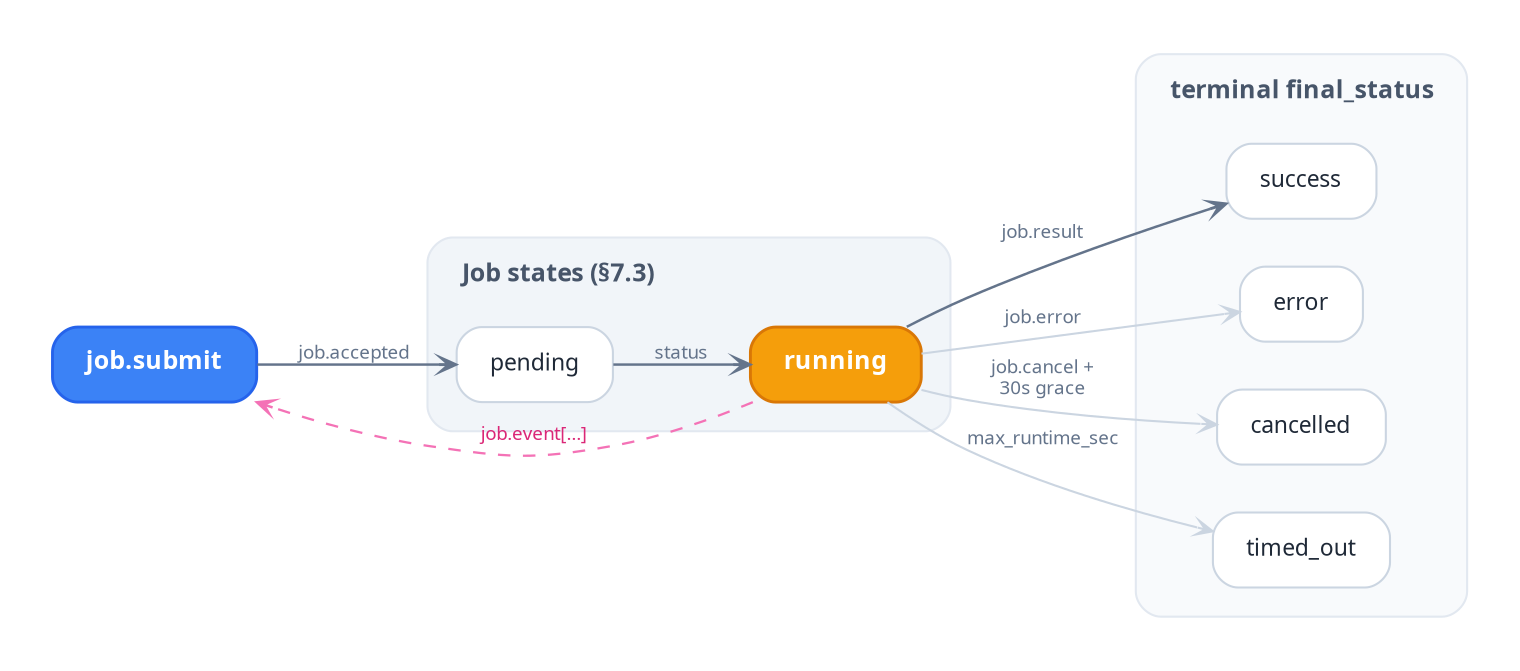
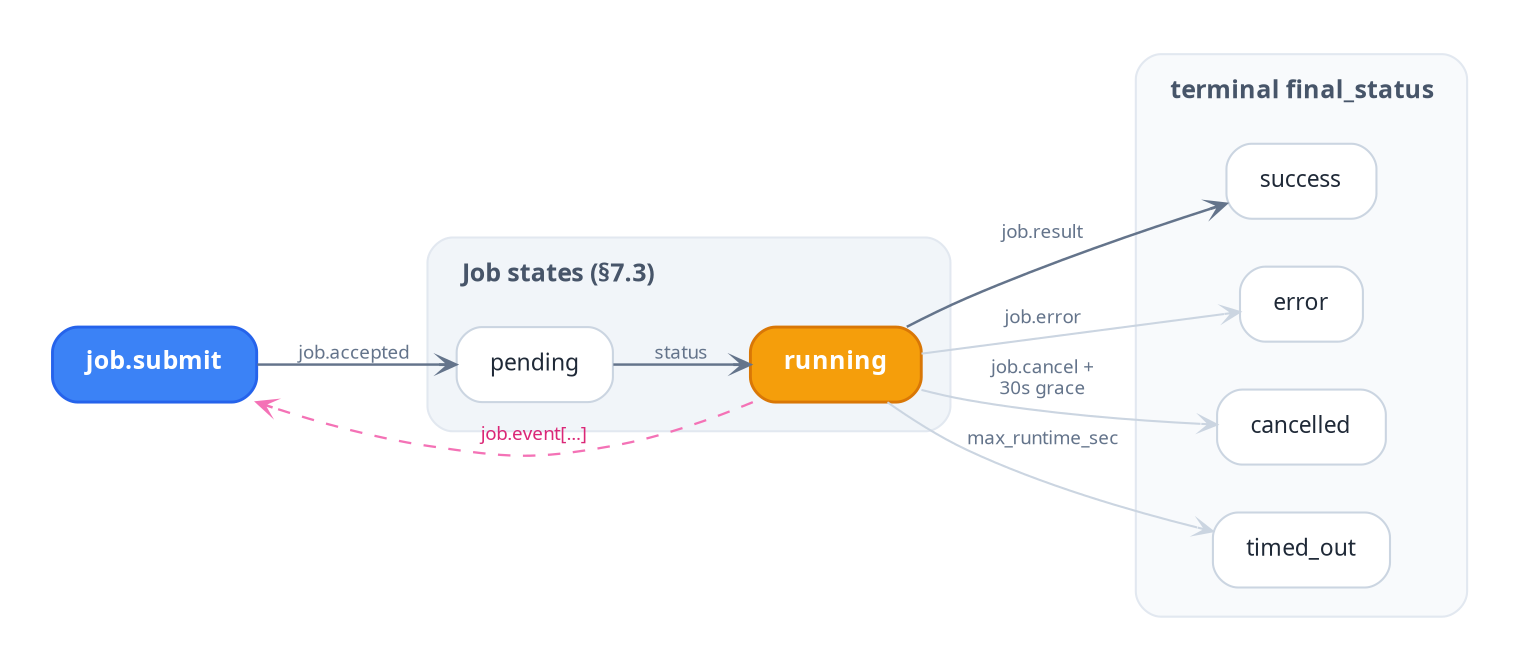
digraph ARCPJobLifecycle {
  rankdir=LR;
  bgcolor="transparent";
  compound=true;
  fontname="TT Commons Pro Trial";
  splines=spline;
  nodesep=0.32;
  ranksep=0.55;
  pad="0.35,0.25";

  node [
    shape=box,
    style="rounded,filled",
    fillcolor="white",
    color="#CBD5E1",
    fontname="TT Commons Pro Trial",
    fontsize=11,
    fontcolor="#1F2937",
    margin="0.22,0.11",
    penwidth=1.0
  ];

  edge [
    fontname="TT Commons Pro Trial",
    fontsize=9,
    fontcolor="#64748B",
    color="#94A3B8",
    penwidth=1.1,
    arrowsize=0.75,
    arrowhead=vee
  ];

  // ENTRY anchor — client kicks off the lifecycle
  Submit [
    label=<<FONT POINT-SIZE="12"><B>job.submit</B></FONT>>,
    fillcolor="#3B82F6", color="#2563EB",
    fontcolor="white", penwidth=1.4
  ];

  // HUB anchor — running is the central state
  subgraph cluster_states {
    label=<<TABLE BORDER="0" CELLBORDER="0" CELLPADDING="0" CELLSPACING="0"><TR><TD COLSPAN="3" HEIGHT="8"></TD></TR><TR><TD WIDTH="8"></TD><TD><FONT POINT-SIZE="12"><B>Job states (§7.3)</B></FONT></TD><TD WIDTH="8"></TD></TR></TABLE>>;
    style="rounded,filled";
    fillcolor="#F1F5F9";
    color="#E2E8F0";
    fontname="TT Commons Pro Trial";
    fontcolor="#475569";
    margin=14;
    labeljust=l;
    penwidth=1.0;

    Pending [label="pending"];

    Running [
      label=<<FONT POINT-SIZE="12"><B>running</B></FONT>>,
      fillcolor="#F59E0B", color="#D97706",
      fontcolor="white", penwidth=1.4
    ];
  }

  // Terminal results
  subgraph cluster_terminal {
    label=<<TABLE BORDER="0" CELLBORDER="0" CELLPADDING="0" CELLSPACING="0"><TR><TD COLSPAN="3" HEIGHT="8"></TD></TR><TR><TD WIDTH="8"></TD><TD><FONT POINT-SIZE="12"><B>terminal final_status</B></FONT></TD><TD WIDTH="8"></TD></TR></TABLE>>;
    style="rounded,filled";
    fillcolor="#F8FAFC";
    color="#E2E8F0";
    fontname="TT Commons Pro Trial";
    fontcolor="#475569";
    margin=14;
    labeljust=l;
    penwidth=1.0;

    Success   [label="success"];
    ErrorEnd  [label="error"];
    Cancelled [label="cancelled"];
    TimedOut  [label="timed_out"];
  }

  // PRIMARY SPINE — happy path
  edge [color="#64748B", penwidth=1.2];
  Submit  -> Pending [label="job.accepted"];
  Pending -> Running [label="status"];
  Running -> Success [label="job.result"];

  // SECONDARY WIRING — alternative terminations
  edge [color="#CBD5E1", penwidth=1.0];
  Running -> ErrorEnd  [label="job.error"];
  Running -> Cancelled [label="job.cancel +\n30s grace"];
  Running -> TimedOut  [label="max_runtime_sec"];

  // FEEDBACK — streaming events to the client
  Running -> Submit [
    style=dashed, color="#F472B6", penwidth=1.1,
    constraint=false,
-     label=<<FONT COLOR="#DB2777">job.event[…]</FONT>>, fontsize=9
+     label=<<FONT COLOR="#DB2777">job.event[...]</FONT>>, fontsize=9
  ];
}
